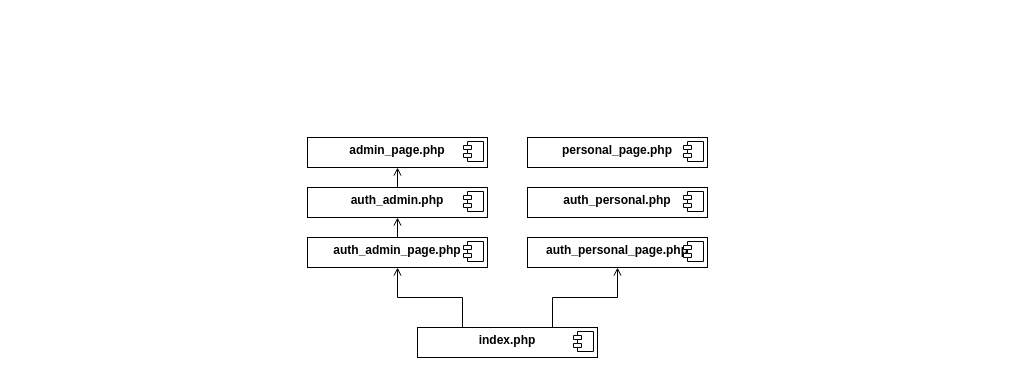
The draw.io diagram Documentation/Mikhail/Charts/Десктоп/Диаграмма компонентов - вэб.drawio in HeisPovedim/diplom-P419-E7-30, before the edit. Source tidied: cells renumbered, new cells numbered last; positions are measured from the earlier drawing's top-left corner, leaving out a move shared by most shapes. Both pictures are drawn from the tidied source at 100%, with x=0, y=0 at pixel (307, 137).
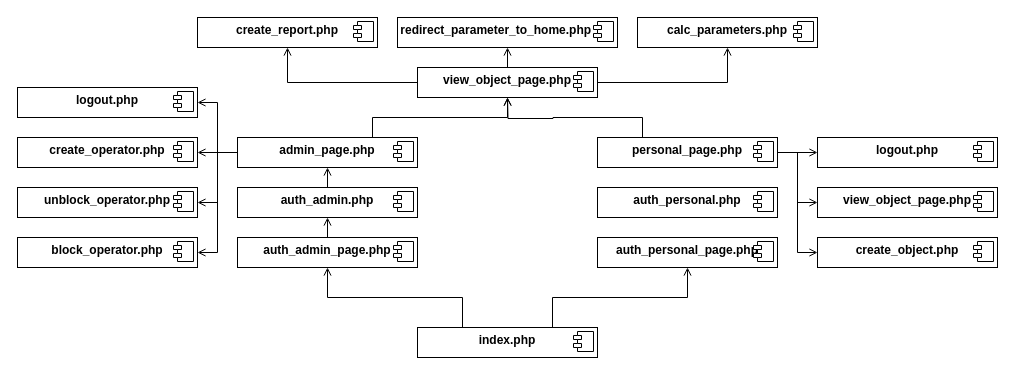
After the change.

The edit, as a diff of the source:
```diff
@@
     <mxCell id="7" value="&lt;p style=&quot;margin:0px;margin-top:6px;text-align:center;&quot;&gt;&lt;b&gt;auth_admin_page.php&lt;/b&gt;&lt;/p&gt;" style="align=left;overflow=fill;html=1;" parent="1" vertex="1">
-      <mxGeometry y="100" width="180" height="30" as="geometry" />
+      <mxGeometry x="-70" y="100" width="180" height="30" as="geometry" />
     </mxCell>
@@
     <mxCell id="9" value="&lt;p style=&quot;margin:0px;margin-top:6px;text-align:center;&quot;&gt;&lt;b&gt;auth_personal_page.php&lt;/b&gt;&lt;/p&gt;" style="align=left;overflow=fill;html=1;" parent="1" vertex="1">
-      <mxGeometry x="220" y="100" width="180" height="30" as="geometry" />
+      <mxGeometry x="290" y="100" width="180" height="30" as="geometry" />
     </mxCell>
@@
     <mxCell id="12" value="&lt;p style=&quot;margin:0px;margin-top:6px;text-align:center;&quot;&gt;&lt;b&gt;auth_admin.php&lt;/b&gt;&lt;/p&gt;" style="align=left;overflow=fill;html=1;" parent="1" vertex="1">
-      <mxGeometry y="50" width="180" height="30" as="geometry" />
+      <mxGeometry x="-70" y="50" width="180" height="30" as="geometry" />
     </mxCell>
@@
+    <mxCell id="20" style="edgeStyle=orthogonalEdgeStyle;rounded=0;jettySize=auto;html=1;exitX=0;exitY=0.5;exitDx=0;exitDy=0;entryX=1;entryY=0.5;entryDx=0;entryDy=0;endArrow=open;endFill=0;" parent="1" edge="1" source="14" target="29">
+      <mxGeometry relative="1" as="geometry" />
+    </mxCell>
+    <mxCell id="21" style="edgeStyle=orthogonalEdgeStyle;rounded=0;jettySize=auto;html=1;exitX=0;exitY=0.5;exitDx=0;exitDy=0;entryX=1;entryY=0.5;entryDx=0;entryDy=0;endArrow=open;endFill=0;" parent="1" edge="1" source="14" target="33">
+      <mxGeometry relative="1" as="geometry" />
+    </mxCell>
+    <mxCell id="22" style="edgeStyle=orthogonalEdgeStyle;rounded=0;jettySize=auto;html=1;exitX=0;exitY=0.5;exitDx=0;exitDy=0;entryX=1;entryY=0.5;entryDx=0;entryDy=0;endArrow=open;endFill=0;" parent="1" edge="1" source="14" target="31">
+      <mxGeometry relative="1" as="geometry" />
+    </mxCell>
+    <mxCell id="23" style="edgeStyle=orthogonalEdgeStyle;rounded=0;jettySize=auto;html=1;exitX=0;exitY=0.5;exitDx=0;exitDy=0;entryX=1;entryY=0.5;entryDx=0;entryDy=0;endArrow=open;endFill=0;" parent="1" edge="1" source="14" target="44">
+      <mxGeometry relative="1" as="geometry" />
+    </mxCell>
+    <mxCell id="24" style="edgeStyle=orthogonalEdgeStyle;rounded=0;jettySize=auto;html=1;exitX=0.75;exitY=0;exitDx=0;exitDy=0;entryX=0.5;entryY=1;entryDx=0;entryDy=0;endArrow=open;endFill=0;" parent="1" edge="1" source="14" target="38">
+      <mxGeometry relative="1" as="geometry" />
+    </mxCell>
     <mxCell id="14" value="&lt;p style=&quot;margin:0px;margin-top:6px;text-align:center;&quot;&gt;&lt;b&gt;admin_page.php&lt;/b&gt;&lt;/p&gt;" style="align=left;overflow=fill;html=1;" parent="1" vertex="1">
-      <mxGeometry width="180" height="30" as="geometry" />
+      <mxGeometry x="-70" width="180" height="30" as="geometry" />
     </mxCell>
@@
     <mxCell id="16" value="&lt;p style=&quot;margin:0px;margin-top:6px;text-align:center;&quot;&gt;&lt;b&gt;auth_personal.php&lt;/b&gt;&lt;/p&gt;" style="align=left;overflow=fill;html=1;" parent="1" vertex="1">
-      <mxGeometry x="220" y="50" width="180" height="30" as="geometry" />
+      <mxGeometry x="290" y="50" width="180" height="30" as="geometry" />
     </mxCell>
@@
+    <mxCell id="25" style="edgeStyle=orthogonalEdgeStyle;rounded=0;jettySize=auto;html=1;exitX=1;exitY=0.5;exitDx=0;exitDy=0;entryX=0;entryY=0.5;entryDx=0;entryDy=0;endArrow=open;endFill=0;" parent="1" edge="1" source="18" target="48">
+      <mxGeometry relative="1" as="geometry" />
+    </mxCell>
+    <mxCell id="26" style="edgeStyle=orthogonalEdgeStyle;rounded=0;jettySize=auto;html=1;exitX=1;exitY=0.5;exitDx=0;exitDy=0;entryX=0;entryY=0.5;entryDx=0;entryDy=0;endArrow=open;endFill=0;" parent="1" edge="1" source="18" target="50">
+      <mxGeometry relative="1" as="geometry" />
+    </mxCell>
+    <mxCell id="27" style="edgeStyle=orthogonalEdgeStyle;rounded=0;jettySize=auto;html=1;exitX=1;exitY=0.5;exitDx=0;exitDy=0;entryX=0;entryY=0.5;entryDx=0;entryDy=0;endArrow=open;endFill=0;" parent="1" edge="1" source="18" target="52">
+      <mxGeometry relative="1" as="geometry" />
+    </mxCell>
+    <mxCell id="28" style="edgeStyle=orthogonalEdgeStyle;rounded=0;jettySize=auto;html=1;exitX=0.25;exitY=0;exitDx=0;exitDy=0;endArrow=open;endFill=0;" parent="1" edge="1" source="18">
+      <mxGeometry relative="1" as="geometry">
+        <mxPoint x="200" y="-40" as="targetPoint" />
+      </mxGeometry>
+    </mxCell>
     <mxCell id="18" value="&lt;p style=&quot;margin:0px;margin-top:6px;text-align:center;&quot;&gt;&lt;b&gt;personal_page.php&lt;/b&gt;&lt;/p&gt;" style="align=left;overflow=fill;html=1;" parent="1" vertex="1">
-      <mxGeometry x="220" width="180" height="30" as="geometry" />
+      <mxGeometry x="290" width="180" height="30" as="geometry" />
     </mxCell>
@@
+    <mxCell id="29" value="&lt;p style=&quot;margin:0px;margin-top:6px;text-align:center;&quot;&gt;&lt;b&gt;block_operator.php&lt;/b&gt;&lt;/p&gt;" style="align=left;overflow=fill;html=1;" parent="1" vertex="1">
+      <mxGeometry x="-290" y="100" width="180" height="30" as="geometry" />
+    </mxCell>
+    <mxCell id="30" style="shape=component;jettyWidth=8;jettyHeight=4;" parent="29" vertex="1">
+      <mxGeometry x="1" width="20" height="20" relative="1" as="geometry">
+        <mxPoint x="-24" y="4" as="offset" />
+      </mxGeometry>
+    </mxCell>
+    <mxCell id="31" value="&lt;p style=&quot;margin:0px;margin-top:6px;text-align:center;&quot;&gt;&lt;b&gt;create_operator.php&lt;/b&gt;&lt;/p&gt;" style="align=left;overflow=fill;html=1;" parent="1" vertex="1">
+      <mxGeometry x="-290" width="180" height="30" as="geometry" />
+    </mxCell>
+    <mxCell id="32" style="shape=component;jettyWidth=8;jettyHeight=4;" parent="31" vertex="1">
+      <mxGeometry x="1" width="20" height="20" relative="1" as="geometry">
+        <mxPoint x="-24" y="4" as="offset" />
+      </mxGeometry>
+    </mxCell>
+    <mxCell id="33" value="&lt;p style=&quot;margin:0px;margin-top:6px;text-align:center;&quot;&gt;&lt;b&gt;unblock_operator.php&lt;/b&gt;&lt;/p&gt;" style="align=left;overflow=fill;html=1;" parent="1" vertex="1">
+      <mxGeometry x="-290" y="50" width="180" height="30" as="geometry" />
+    </mxCell>
+    <mxCell id="34" style="shape=component;jettyWidth=8;jettyHeight=4;" parent="33" vertex="1">
+      <mxGeometry x="1" width="20" height="20" relative="1" as="geometry">
+        <mxPoint x="-24" y="4" as="offset" />
+      </mxGeometry>
+    </mxCell>
+    <mxCell id="35" style="edgeStyle=orthogonalEdgeStyle;rounded=0;jettySize=auto;html=1;exitX=0.5;exitY=0;exitDx=0;exitDy=0;entryX=0.5;entryY=1;entryDx=0;entryDy=0;endArrow=open;endFill=0;" parent="1" edge="1" source="38" target="46">
+      <mxGeometry relative="1" as="geometry" />
+    </mxCell>
+    <mxCell id="36" style="edgeStyle=orthogonalEdgeStyle;rounded=0;jettySize=auto;html=1;exitX=0;exitY=0.5;exitDx=0;exitDy=0;entryX=0.5;entryY=1;entryDx=0;entryDy=0;endArrow=open;endFill=0;" parent="1" edge="1" source="38" target="40">
+      <mxGeometry relative="1" as="geometry" />
+    </mxCell>
+    <mxCell id="37" style="edgeStyle=orthogonalEdgeStyle;rounded=0;jettySize=auto;html=1;exitX=1;exitY=0.5;exitDx=0;exitDy=0;entryX=0.5;entryY=1;entryDx=0;entryDy=0;endArrow=open;endFill=0;" parent="1" edge="1" source="38" target="42">
+      <mxGeometry relative="1" as="geometry" />
+    </mxCell>
+    <mxCell id="38" value="&lt;p style=&quot;margin:0px;margin-top:6px;text-align:center;&quot;&gt;&lt;b&gt;view_object_page.php&lt;/b&gt;&lt;/p&gt;" style="align=left;overflow=fill;html=1;" parent="1" vertex="1">
+      <mxGeometry x="110" y="-70" width="180" height="30" as="geometry" />
+    </mxCell>
+    <mxCell id="39" style="shape=component;jettyWidth=8;jettyHeight=4;" parent="38" vertex="1">
+      <mxGeometry x="1" width="20" height="20" relative="1" as="geometry">
+        <mxPoint x="-24" y="4" as="offset" />
+      </mxGeometry>
+    </mxCell>
+    <mxCell id="40" value="&lt;p style=&quot;margin:0px;margin-top:6px;text-align:center;&quot;&gt;&lt;b&gt;create_report.php&lt;/b&gt;&lt;/p&gt;" style="align=left;overflow=fill;html=1;" parent="1" vertex="1">
+      <mxGeometry x="-110" y="-120" width="180" height="30" as="geometry" />
+    </mxCell>
+    <mxCell id="41" style="shape=component;jettyWidth=8;jettyHeight=4;" parent="40" vertex="1">
+      <mxGeometry x="1" width="20" height="20" relative="1" as="geometry">
+        <mxPoint x="-24" y="4" as="offset" />
+      </mxGeometry>
+    </mxCell>
+    <mxCell id="42" value="&lt;p style=&quot;margin:0px;margin-top:6px;text-align:center;&quot;&gt;&lt;b&gt;calc_parameters.php&lt;/b&gt;&lt;/p&gt;" style="align=left;overflow=fill;html=1;" parent="1" vertex="1">
+      <mxGeometry x="330" y="-120" width="180" height="30" as="geometry" />
+    </mxCell>
+    <mxCell id="43" style="shape=component;jettyWidth=8;jettyHeight=4;" parent="42" vertex="1">
+      <mxGeometry x="1" width="20" height="20" relative="1" as="geometry">
+        <mxPoint x="-24" y="4" as="offset" />
+      </mxGeometry>
+    </mxCell>
+    <mxCell id="44" value="&lt;p style=&quot;margin:0px;margin-top:6px;text-align:center;&quot;&gt;&lt;b&gt;logout.php&lt;/b&gt;&lt;/p&gt;" style="align=left;overflow=fill;html=1;" parent="1" vertex="1">
+      <mxGeometry x="-290" y="-50" width="180" height="30" as="geometry" />
+    </mxCell>
+    <mxCell id="45" style="shape=component;jettyWidth=8;jettyHeight=4;" parent="44" vertex="1">
+      <mxGeometry x="1" width="20" height="20" relative="1" as="geometry">
+        <mxPoint x="-24" y="4" as="offset" />
+      </mxGeometry>
+    </mxCell>
+    <mxCell id="46" value="&lt;p style=&quot;margin: 6px 0px 0px;&quot;&gt;&lt;b&gt;&amp;nbsp;redirect_parameter_to_home.php&lt;/b&gt;&lt;br&gt;&lt;/p&gt;" style="align=left;overflow=fill;html=1;" parent="1" vertex="1">
+      <mxGeometry x="90" y="-120" width="220" height="30" as="geometry" />
+    </mxCell>
+    <mxCell id="47" style="shape=component;jettyWidth=8;jettyHeight=4;" parent="46" vertex="1">
+      <mxGeometry x="1" width="20" height="20" relative="1" as="geometry">
+        <mxPoint x="-24" y="4" as="offset" />
+      </mxGeometry>
+    </mxCell>
+    <mxCell id="48" value="&lt;p style=&quot;margin:0px;margin-top:6px;text-align:center;&quot;&gt;&lt;b&gt;create_object.php&lt;/b&gt;&lt;/p&gt;" style="align=left;overflow=fill;html=1;" parent="1" vertex="1">
+      <mxGeometry x="510" y="100" width="180" height="30" as="geometry" />
+    </mxCell>
+    <mxCell id="49" style="shape=component;jettyWidth=8;jettyHeight=4;" parent="48" vertex="1">
+      <mxGeometry x="1" width="20" height="20" relative="1" as="geometry">
+        <mxPoint x="-24" y="4" as="offset" />
+      </mxGeometry>
+    </mxCell>
+    <mxCell id="50" value="&lt;p style=&quot;margin:0px;margin-top:6px;text-align:center;&quot;&gt;&lt;b&gt;view_object_page.php&lt;/b&gt;&lt;br&gt;&lt;/p&gt;" style="align=left;overflow=fill;html=1;" parent="1" vertex="1">
+      <mxGeometry x="510" y="50" width="180" height="30" as="geometry" />
+    </mxCell>
+    <mxCell id="51" style="shape=component;jettyWidth=8;jettyHeight=4;" parent="50" vertex="1">
+      <mxGeometry x="1" width="20" height="20" relative="1" as="geometry">
+        <mxPoint x="-24" y="4" as="offset" />
+      </mxGeometry>
+    </mxCell>
+    <mxCell id="52" value="&lt;p style=&quot;margin:0px;margin-top:6px;text-align:center;&quot;&gt;&lt;b&gt;logout.php&lt;/b&gt;&lt;br&gt;&lt;/p&gt;" style="align=left;overflow=fill;html=1;" parent="1" vertex="1">
+      <mxGeometry x="510" width="180" height="30" as="geometry" />
+    </mxCell>
+    <mxCell id="53" style="shape=component;jettyWidth=8;jettyHeight=4;" parent="52" vertex="1">
+      <mxGeometry x="1" width="20" height="20" relative="1" as="geometry">
+        <mxPoint x="-24" y="4" as="offset" />
+      </mxGeometry>
+    </mxCell>
```
